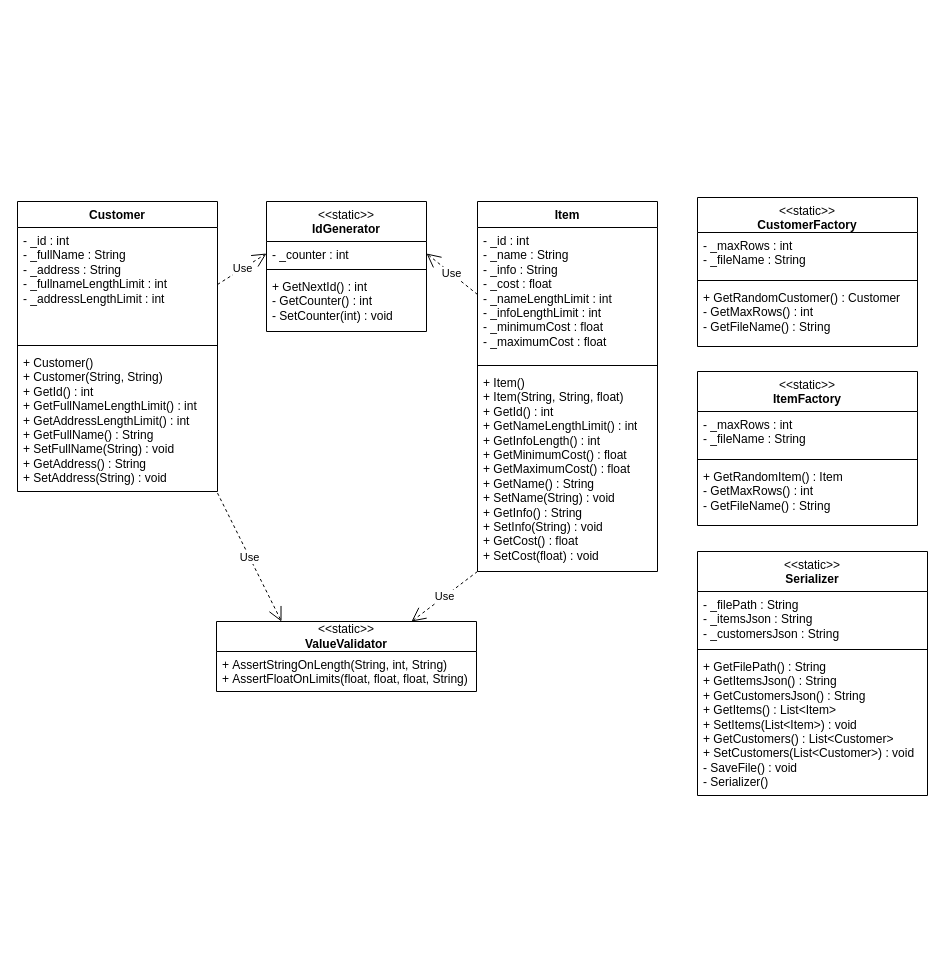
Before: doc/Practics1.drawio in inittose/OOP, a draw.io diagram. Source tidied: cells renumbered, new cells numbered last; positions are measured from the earlier drawing's top-left corner, leaving out a move shared by most shapes. Both pictures are drawn from the tidied source at 100%, with x=0, y=0 at pixel (17, 197).
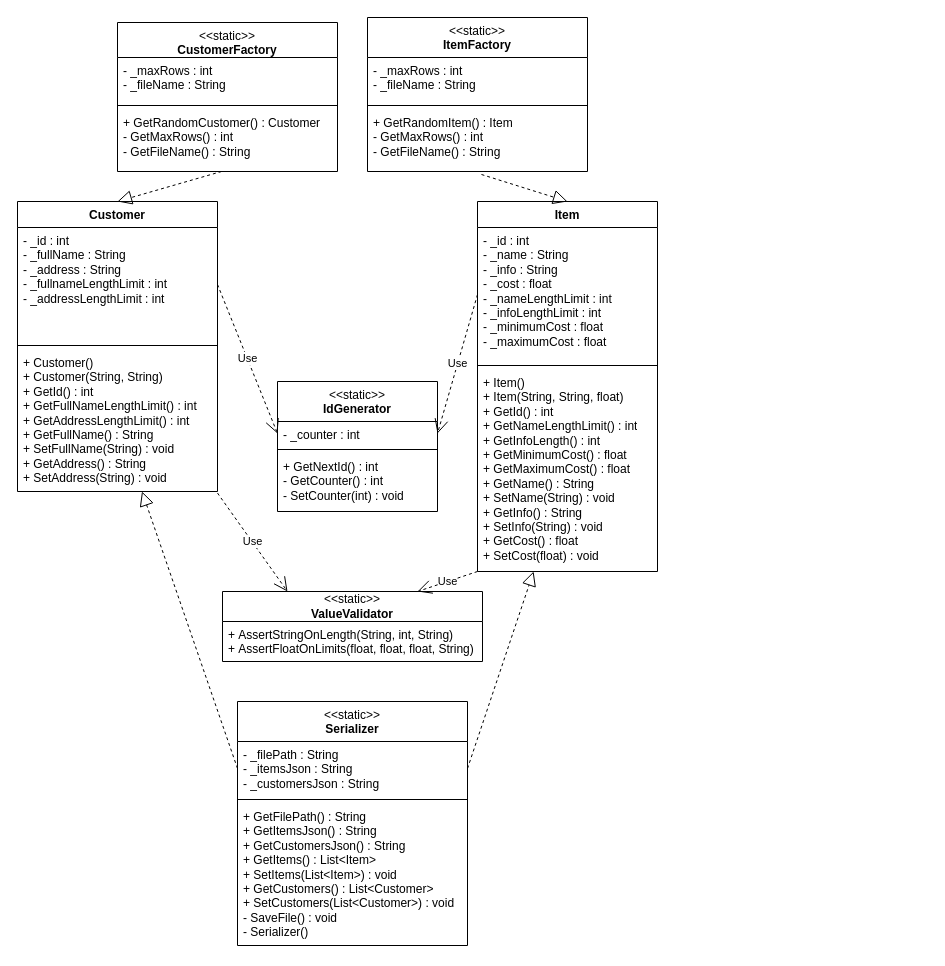
After the change.

The change refers to these unchanged cells:
```xml
<mxCell id="2" value="Customer" style="swimlane;fontStyle=1;align=center;verticalAlign=top;horizontal=1;startSize=26;whiteSpace=wrap;html=1;" parent="1" vertex="1">
  <mxGeometry y="4" width="200" height="290" as="geometry" />
</mxCell>
<mxCell id="5" value="+&amp;nbsp;Customer()&lt;br style=&quot;border-color: var(--border-color);&quot;&gt;+ Customer(String, String)&lt;br&gt;+ GetId() : int&lt;br&gt;+ GetFullNameLengthLimit() : int&lt;br&gt;+ GetAddressLengthLimit() : int&lt;br&gt;+ GetFullName() : String&lt;br&gt;+ SetFullName(String) : void&lt;br&gt;+ GetAddress() : String&lt;br&gt;+ SetAddress(String) : void" style="text;strokeColor=none;fillColor=none;align=left;verticalAlign=top;spacingLeft=4;spacingRight=4;overflow=hidden;points=[[0,0.5],[1,0.5]];portConstraint=eastwest;whiteSpace=wrap;html=1;" parent="2" vertex="1">
  <mxGeometry y="148" width="200" height="142" as="geometry" />
</mxCell>
<mxCell id="6" value="Item" style="swimlane;fontStyle=1;align=center;verticalAlign=top;horizontal=1;startSize=26;whiteSpace=wrap;html=1;" parent="1" vertex="1">
  <mxGeometry x="460" y="4" width="180" height="370" as="geometry" />
</mxCell>
<mxCell id="9" value="+&amp;nbsp;Item()&lt;br&gt;+&amp;nbsp;Item(String, String, float)&lt;br&gt;+ GetId() : int&lt;br style=&quot;border-color: var(--border-color);&quot;&gt;+ GetNameLengthLimit() : int&lt;br style=&quot;border-color: var(--border-color);&quot;&gt;+ GetInfoLength() : int&lt;br style=&quot;border-color: var(--border-color);&quot;&gt;+ GetMinimumCost() : float&lt;br style=&quot;border-color: var(--border-color);&quot;&gt;+ GetMaximumCost() : float&lt;br&gt;+ GetName() : String&lt;br&gt;+ SetName(String) : void&lt;br&gt;+ GetInfo() : String&lt;br&gt;+ SetInfo(String) : void&lt;br&gt;+ GetCost() : float&lt;br&gt;+ SetCost(float) : void" style="text;strokeColor=none;fillColor=none;align=left;verticalAlign=top;spacingLeft=4;spacingRight=4;overflow=hidden;points=[[0,0.5],[1,0.5]];portConstraint=eastwest;whiteSpace=wrap;html=1;" parent="6" vertex="1">
  <mxGeometry y="168" width="180" height="202" as="geometry" />
</mxCell>
<mxCell id="23" value="+&amp;nbsp;GetRandomCustomer() : Customer&lt;br&gt;- GetMaxRows() : int&lt;br&gt;- GetFileName() : String" style="text;strokeColor=none;fillColor=none;align=left;verticalAlign=top;spacingLeft=4;spacingRight=4;overflow=hidden;points=[[0,0.5],[1,0.5]];portConstraint=eastwest;whiteSpace=wrap;html=1;" parent="20" vertex="1">
  <mxGeometry y="87" width="220" height="62" as="geometry" />
</mxCell>
<mxCell id="27" value="+&amp;nbsp;GetRandomItem() : Item&lt;br&gt;- GetMaxRows() : int&lt;br&gt;- GetFileName() : String&lt;div&gt;&lt;br/&gt;&lt;/div&gt;" style="text;strokeColor=none;fillColor=none;align=left;verticalAlign=top;spacingLeft=4;spacingRight=4;overflow=hidden;points=[[0,0.5],[1,0.5]];portConstraint=eastwest;whiteSpace=wrap;html=1;" parent="24" vertex="1">
  <mxGeometry y="92" width="220" height="62" as="geometry" />
</mxCell>
<mxCell id="29" value="-&amp;nbsp;_filePath : String&lt;br&gt;-&amp;nbsp;_itemsJson : String&lt;br&gt;-&amp;nbsp;_customersJson : String" style="text;strokeColor=none;fillColor=none;align=left;verticalAlign=top;spacingLeft=4;spacingRight=4;overflow=hidden;points=[[0,0.5],[1,0.5]];portConstraint=eastwest;whiteSpace=wrap;html=1;" parent="28" vertex="1">
  <mxGeometry y="40" width="230" height="54" as="geometry" />
</mxCell>
```

Diff of the diagram source:
```diff
@@
     <mxCell id="10" value="&lt;span style=&quot;font-weight: normal;&quot;&gt;&amp;lt;&amp;lt;static&amp;gt;&amp;gt;&lt;/span&gt;&lt;br&gt;IdGenerator" style="swimlane;fontStyle=1;align=center;verticalAlign=top;horizontal=1;startSize=40;whiteSpace=wrap;html=1;" parent="1" vertex="1">
-      <mxGeometry x="249" y="4" width="160" height="130" as="geometry" />
+      <mxGeometry x="260" y="184" width="160" height="130" as="geometry" />
     </mxCell>
@@
     <mxCell id="14" value="&amp;lt;&amp;lt;static&amp;gt;&amp;gt;&lt;br&gt;&lt;b&gt;ValueValidator&lt;/b&gt;" style="swimlane;fontStyle=0;horizontal=1;startSize=30;fillColor=none;whiteSpace=wrap;html=1;" parent="1" vertex="1">
-      <mxGeometry x="199" y="424" width="260" height="70" as="geometry" />
+      <mxGeometry x="205" y="394" width="260" height="70" as="geometry" />
     </mxCell>
@@
     <mxCell id="20" value="&lt;span style=&quot;font-weight: normal;&quot;&gt;&amp;lt;&amp;lt;static&amp;gt;&amp;gt;&lt;/span&gt;&lt;br&gt;CustomerFactory" style="swimlane;fontStyle=1;align=center;verticalAlign=top;horizontal=1;startSize=35;whiteSpace=wrap;html=1;" parent="1" vertex="1">
-      <mxGeometry x="680" width="220" height="149" as="geometry" />
+      <mxGeometry x="100" y="-175" width="220" height="149" as="geometry" />
     </mxCell>
@@
     <mxCell id="24" value="&lt;span style=&quot;font-weight: normal;&quot;&gt;&amp;lt;&amp;lt;static&amp;gt;&amp;gt;&lt;/span&gt;&lt;br&gt;ItemFactory" style="swimlane;fontStyle=1;align=center;verticalAlign=top;horizontal=1;startSize=40;whiteSpace=wrap;html=1;" parent="1" vertex="1">
-      <mxGeometry x="680" y="174" width="220" height="154" as="geometry" />
+      <mxGeometry x="350" y="-180" width="220" height="154" as="geometry" />
     </mxCell>
@@
     <mxCell id="28" value="&lt;span style=&quot;font-weight: normal;&quot;&gt;&amp;lt;&amp;lt;static&amp;gt;&amp;gt;&lt;/span&gt;&lt;br&gt;Serializer" style="swimlane;fontStyle=1;align=center;verticalAlign=top;horizontal=1;startSize=40;whiteSpace=wrap;html=1;" parent="1" vertex="1">
-      <mxGeometry x="680" y="354" width="230" height="244" as="geometry" />
+      <mxGeometry x="220" y="504" width="230" height="244" as="geometry" />
     </mxCell>
@@
+    <mxCell id="32" style="endArrow=block;dashed=1;endFill=0;endSize=12;html=1;rounded=0;exitX=1;exitY=0.5;exitDx=0;exitDy=0;" parent="1" edge="1" source="29" target="9">
+      <mxGeometry relative="1" as="geometry" />
+    </mxCell>
+    <mxCell id="33" style="endArrow=block;dashed=1;endFill=0;endSize=12;html=1;rounded=0;exitX=0;exitY=0.5;exitDx=0;exitDy=0;" parent="1" edge="1" source="29" target="5">
+      <mxGeometry relative="1" as="geometry" />
+    </mxCell>
+    <mxCell id="34" style="endArrow=block;dashed=1;endFill=0;endSize=12;html=1;rounded=0;exitX=0.473;exitY=1;exitDx=0;exitDy=0;exitPerimeter=0;entryX=0.5;entryY=0;entryDx=0;entryDy=0;" parent="1" edge="1" source="23" target="2">
+      <mxGeometry relative="1" as="geometry" />
+    </mxCell>
+    <mxCell id="35" style="endArrow=block;dashed=1;endFill=0;endSize=12;html=1;rounded=0;entryX=0.5;entryY=0;entryDx=0;entryDy=0;exitX=0.518;exitY=1.048;exitDx=0;exitDy=0;exitPerimeter=0;" parent="1" edge="1" source="27" target="6">
+      <mxGeometry relative="1" as="geometry" />
+    </mxCell>
```
